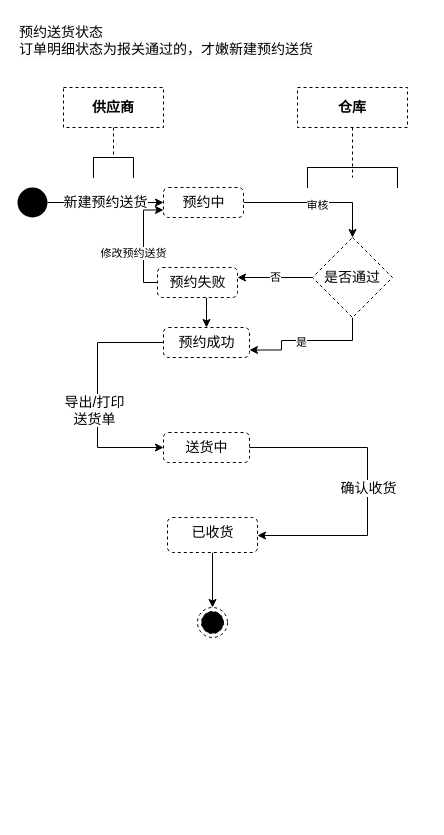
Before: page "预约送货状态" (7 of 8) of wbooking docs/进区预约系统.drawio in sxc-one/e-conitl, a draw.io diagram. Source tidied: cells renumbered, new cells numbered last; positions are measured from the earlier drawing's top-left corner, leaving out a move shared by most shapes. Both pictures are drawn from the tidied source at 100%, with x=0, y=0 at pixel (17, 17).
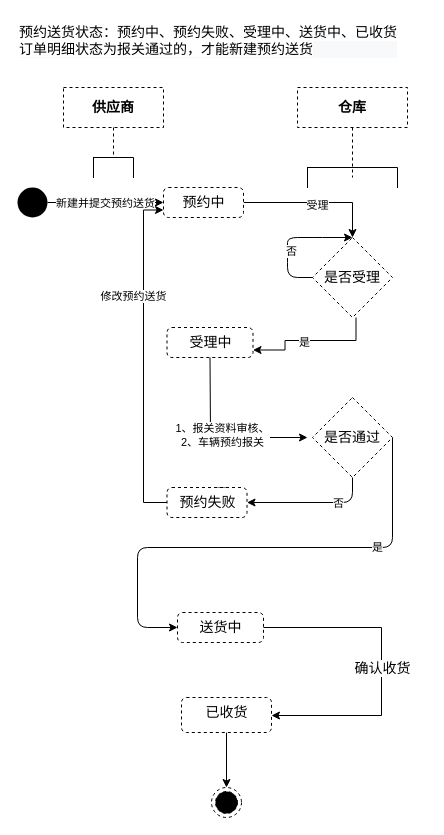
The same page after the edit.

Unchanged cells that the change refers to:
```xml
<mxCell id="3" style="ellipse;fillColor=#000000;strokeColor=none;dashed=1;fontSize=14;" parent="1" vertex="1">
  <mxGeometry y="170" width="30" height="30" as="geometry" />
</mxCell>
<mxCell id="4" style="edgeStyle=orthogonalEdgeStyle;rounded=0;jettySize=auto;html=1;entryX=0.5;entryY=0;entryDx=0;entryDy=0;" parent="1" edge="1" source="6" target="26">
  <mxGeometry relative="1" as="geometry">
    <Array as="points">
      <mxPoint x="335" y="185" />
    </Array>
  </mxGeometry>
</mxCell>
<mxCell id="6" value="预约中" style="html=1;align=center;verticalAlign=top;rounded=1;absoluteArcSize=1;arcSize=10;dashed=1;fontSize=14;" parent="1" vertex="1">
  <mxGeometry x="146" y="170" width="80" height="30" as="geometry" />
</mxCell>
```

Diff of the diagram source:
```diff
@@
-    <mxCell id="2" value="新建预约送货" style="edgeStyle=orthogonalEdgeStyle;rounded=0;jettySize=auto;html=1;fontSize=14;" parent="1" edge="1" source="3" target="6">
+    <mxCell id="2" value="&lt;font style=&quot;font-size: 11px&quot;&gt;新建并提交预约送货&lt;/font&gt;" style="edgeStyle=orthogonalEdgeStyle;rounded=0;jettySize=auto;html=1;fontSize=14;" parent="1" edge="1" source="3" target="6">
       <mxGeometry relative="1" as="geometry" />
     </mxCell>
@@
-    <mxCell id="5" value="审核" style="edgeLabel;html=1;align=center;verticalAlign=middle;" parent="4" vertex="1">
+    <mxCell id="5" value="受理" style="edgeLabel;html=1;align=center;verticalAlign=middle;" parent="4" vertex="1">
       <mxGeometry x="0.02" y="-2" relative="1" as="geometry" />
     </mxCell>
@@
-    <mxCell id="7" style="edgeStyle=orthogonalEdgeStyle;rounded=0;jettySize=auto;html=1;entryX=0;entryY=0.5;entryDx=0;entryDy=0;fontSize=14;" parent="1" edge="1" source="9" target="10">
-      <mxGeometry relative="1" as="geometry">
-        <Array as="points">
-          <mxPoint x="80" y="325" />
-          <mxPoint x="80" y="430" />
-        </Array>
-      </mxGeometry>
-    </mxCell>
-    <mxCell id="8" value="导出/打印&lt;br&gt;送货单" style="edgeLabel;html=1;align=center;verticalAlign=middle;fontSize=14;" parent="7" vertex="1">
-      <mxGeometry x="-0.25" relative="1" as="geometry">
-        <mxPoint x="-4" y="44" as="offset" />
-      </mxGeometry>
-    </mxCell>
-    <mxCell id="9" value="预约成功" style="html=1;align=center;verticalAlign=top;rounded=1;absoluteArcSize=1;arcSize=10;dashed=1;fontSize=14;" parent="1" vertex="1">
-      <mxGeometry x="146" y="310" width="86" height="30" as="geometry" />
+    <mxCell id="9" value="受理中" style="html=1;align=center;verticalAlign=top;rounded=1;absoluteArcSize=1;arcSize=10;dashed=1;fontSize=14;" parent="1" vertex="1">
+      <mxGeometry x="149.5" y="310" width="86" height="30" as="geometry" />
     </mxCell>
     <mxCell id="10" value="送货中" style="html=1;align=center;verticalAlign=top;rounded=1;absoluteArcSize=1;arcSize=10;dashed=1;fontSize=14;" parent="1" vertex="1">
-      <mxGeometry x="146" y="415" width="86" height="30" as="geometry" />
+      <mxGeometry x="160" y="595" width="86" height="30" as="geometry" />
     </mxCell>
     <mxCell id="11" style="edgeStyle=orthogonalEdgeStyle;rounded=0;jettySize=auto;html=1;fontSize=14;" parent="1" edge="1" source="10" target="14">
       <mxGeometry relative="1" as="geometry">
         <Array as="points">
-          <mxPoint x="350" y="430" />
-          <mxPoint x="350" y="518" />
+          <mxPoint x="364" y="610" />
+          <mxPoint x="364" y="698" />
         </Array>
       </mxGeometry>
     </mxCell>
@@
     <mxCell id="14" value="已收货" style="html=1;align=center;verticalAlign=top;rounded=1;absoluteArcSize=1;arcSize=10;dashed=1;fontSize=14;" parent="1" vertex="1">
-      <mxGeometry x="150" y="500" width="90" height="35" as="geometry" />
+      <mxGeometry x="164" y="680" width="90" height="35" as="geometry" />
     </mxCell>
     <mxCell id="15" style="ellipse;html=1;shape=endState;fillColor=#000000;strokeColor=#000000;dashed=1;fontSize=14;" parent="1" vertex="1">
-      <mxGeometry x="180" y="590" width="30" height="30" as="geometry" />
+      <mxGeometry x="194" y="770" width="30" height="30" as="geometry" />
     </mxCell>
@@
-    <mxCell id="21" style="edgeStyle=orthogonalEdgeStyle;rounded=0;jettySize=auto;html=1;entryX=1;entryY=0.75;entryDx=0;entryDy=0;" parent="1" edge="1" source="26" target="9">
+    <mxCell id="21" style="edgeStyle=orthogonalEdgeStyle;rounded=0;jettySize=auto;html=1;entryX=1;entryY=0.75;entryDx=0;entryDy=0;" parent="1" edge="1" target="9">
       <mxGeometry relative="1" as="geometry">
+        <mxPoint x="338.5" y="300" as="sourcePoint" />
         <Array as="points">
-          <mxPoint x="335" y="323" />
-          <mxPoint x="264" y="323" />
+          <mxPoint x="338.5" y="323" />
+          <mxPoint x="267.5" y="323" />
         </Array>
       </mxGeometry>
     </mxCell>
@@
     <mxCell id="23" style="edgeStyle=orthogonalEdgeStyle;rounded=0;jettySize=auto;html=1;entryX=0;entryY=0.75;entryDx=0;entryDy=0;exitX=0.75;exitY=0;exitDx=0;exitDy=0;" parent="1" edge="1" source="29" target="6">
       <mxGeometry relative="1" as="geometry">
         <Array as="points">
-          <mxPoint x="200" y="265" />
-          <mxPoint x="126" y="265" />
+          <mxPoint x="200" y="470" />
+          <mxPoint x="200" y="485" />
+          <mxPoint x="126" y="485" />
           <mxPoint x="126" y="193" />
         </Array>
       </mxGeometry>
     </mxCell>
@@
-    <mxCell id="25" value="否" style="edgeStyle=orthogonalEdgeStyle;rounded=0;jettySize=auto;html=1;" parent="1" edge="1" source="26">
-      <mxGeometry relative="1" as="geometry">
-        <mxPoint x="220" y="260" as="targetPoint" />
-      </mxGeometry>
-    </mxCell>
-    <mxCell id="26" value="是否通过" style="rhombus;whiteSpace=wrap;html=1;dashed=1;fontSize=14;" parent="1" vertex="1">
+    <mxCell id="26" value="是否受理" style="rhombus;whiteSpace=wrap;html=1;dashed=1;fontSize=14;" parent="1" vertex="1">
       <mxGeometry x="295" y="220" width="80" height="80" as="geometry" />
     </mxCell>
-    <mxCell id="27" value="&lt;span style=&quot;color: rgb(0 , 0 , 0) ; font-family: &amp;#34;helvetica&amp;#34; ; font-size: 14px ; font-style: normal ; font-weight: 400 ; letter-spacing: normal ; text-align: center ; text-indent: 0px ; text-transform: none ; word-spacing: 0px ; background-color: rgb(255 , 255 , 255) ; display: inline ; float: none&quot;&gt;预约送货状态&lt;br&gt;&lt;div style=&quot;font-family: &amp;#34;helvetica&amp;#34; ; font-size: 12px ; text-align: left ; background-color: rgb(248 , 249 , 250)&quot;&gt;&lt;font face=&quot;helvetica&quot;&gt;&lt;span style=&quot;font-size: 14px ; background-color: rgb(255 , 255 , 255)&quot;&gt;订单明细状态为报关通过的，才嫩新建预约送货&lt;/span&gt;&lt;/font&gt;&lt;/div&gt;&lt;div&gt;&lt;font face=&quot;helvetica&quot;&gt;&lt;span style=&quot;font-size: 14px ; background-color: rgb(255 , 255 , 255)&quot;&gt;&lt;br&gt;&lt;/span&gt;&lt;/font&gt;&lt;/div&gt;&lt;/span&gt;" style="text;whiteSpace=wrap;html=1;" parent="1" vertex="1">
-      <mxGeometry width="370" height="30" as="geometry" />
+    <mxCell id="27" value="&lt;span style=&quot;color: rgb(0 , 0 , 0) ; font-family: &amp;#34;helvetica&amp;#34; ; font-size: 14px ; font-style: normal ; font-weight: 400 ; letter-spacing: normal ; text-align: center ; text-indent: 0px ; text-transform: none ; word-spacing: 0px ; background-color: rgb(255 , 255 , 255) ; display: inline ; float: none&quot;&gt;预约送货状态：预约中、预约失败、受理中、送货中、已收货&lt;br&gt;&lt;div style=&quot;font-family: &amp;#34;helvetica&amp;#34; ; font-size: 12px ; text-align: left ; background-color: rgb(248 , 249 , 250)&quot;&gt;&lt;font face=&quot;helvetica&quot;&gt;&lt;span style=&quot;font-size: 14px ; background-color: rgb(255 , 255 , 255)&quot;&gt;订单明细状态为报关通过的，才能新建预约送货&lt;/span&gt;&lt;/font&gt;&lt;/div&gt;&lt;div&gt;&lt;font face=&quot;helvetica&quot;&gt;&lt;span style=&quot;font-size: 14px ; background-color: rgb(255 , 255 , 255)&quot;&gt;&lt;br&gt;&lt;/span&gt;&lt;/font&gt;&lt;/div&gt;&lt;/span&gt;" style="text;whiteSpace=wrap;html=1;" parent="1" vertex="1">
+      <mxGeometry width="410" height="30" as="geometry" />
     </mxCell>
-    <mxCell id="28" style="edgeStyle=orthogonalEdgeStyle;rounded=0;jettySize=auto;html=1;" parent="1" edge="1" source="29" target="9">
-      <mxGeometry relative="1" as="geometry">
-        <Array as="points">
-          <mxPoint x="189" y="290" />
-          <mxPoint x="189" y="290" />
-        </Array>
-      </mxGeometry>
-    </mxCell>
     <mxCell id="29" value="预约失败" style="html=1;align=center;verticalAlign=top;rounded=1;absoluteArcSize=1;arcSize=10;dashed=1;fontSize=14;" parent="1" vertex="1">
-      <mxGeometry x="140" y="250" width="80" height="30" as="geometry" />
+      <mxGeometry x="149.5" y="470" width="80" height="30" as="geometry" />
     </mxCell>
+    <mxCell id="30" value="是否通过" style="rhombus;whiteSpace=wrap;html=1;dashed=1;fontSize=14;" parent="1" vertex="1">
+      <mxGeometry x="295" y="380" width="80" height="80" as="geometry" />
+    </mxCell>
+    <mxCell id="31" style="endArrow=classic;html=1;exitX=0.5;exitY=1;exitDx=0;exitDy=0;" parent="1" edge="1" source="9">
+      <mxGeometry relative="1" as="geometry">
+        <mxPoint x="290" y="420" as="targetPoint" />
+        <Array as="points">
+          <mxPoint x="193" y="420" />
+        </Array>
+      </mxGeometry>
+    </mxCell>
+    <mxCell id="32" value="1、报关资料审核、&lt;br&gt;2、车辆预约报关" style="edgeLabel;html=1;align=center;verticalAlign=middle;" parent="31" vertex="1">
+      <mxGeometry x="0.04" y="3" relative="1" as="geometry" />
+    </mxCell>
+    <mxCell id="33" style="endArrow=classic;html=1;exitX=0.5;exitY=1;exitDx=0;exitDy=0;entryX=1;entryY=0.5;entryDx=0;entryDy=0;" parent="1" edge="1" source="30" target="29">
+      <mxGeometry relative="1" as="geometry">
+        <Array as="points">
+          <mxPoint x="335" y="485" />
+        </Array>
+      </mxGeometry>
+    </mxCell>
+    <mxCell id="34" value="否" style="edgeLabel;html=1;align=center;verticalAlign=middle;" parent="33" vertex="1">
+      <mxGeometry x="-0.39" relative="1" as="geometry" />
+    </mxCell>
+    <mxCell id="35" style="endArrow=classic;html=1;entryX=0;entryY=0.5;entryDx=0;entryDy=0;exitX=1;exitY=0.5;exitDx=0;exitDy=0;" parent="1" edge="1" source="30" target="10">
+      <mxGeometry relative="1" as="geometry">
+        <Array as="points">
+          <mxPoint x="375" y="530" />
+          <mxPoint x="120" y="530" />
+          <mxPoint x="120" y="610" />
+        </Array>
+      </mxGeometry>
+    </mxCell>
+    <mxCell id="36" value="是" style="edgeLabel;html=1;align=center;verticalAlign=middle;" parent="35" vertex="1">
+      <mxGeometry x="-0.48" y="-1" relative="1" as="geometry" />
+    </mxCell>
+    <mxCell id="37" style="endArrow=classic;html=1;exitX=0;exitY=0.5;exitDx=0;exitDy=0;entryX=0.5;entryY=0;entryDx=0;entryDy=0;" parent="1" edge="1" source="26" target="26">
+      <mxGeometry relative="1" as="geometry">
+        <Array as="points">
+          <mxPoint x="270" y="260" />
+          <mxPoint x="270" y="240" />
+          <mxPoint x="270" y="220" />
+          <mxPoint x="295" y="220" />
+        </Array>
+      </mxGeometry>
+    </mxCell>
+    <mxCell id="38" value="否" style="edgeLabel;html=1;align=center;verticalAlign=middle;" parent="37" vertex="1">
+      <mxGeometry x="-0.2" y="-3" relative="1" as="geometry" />
+    </mxCell>
```
